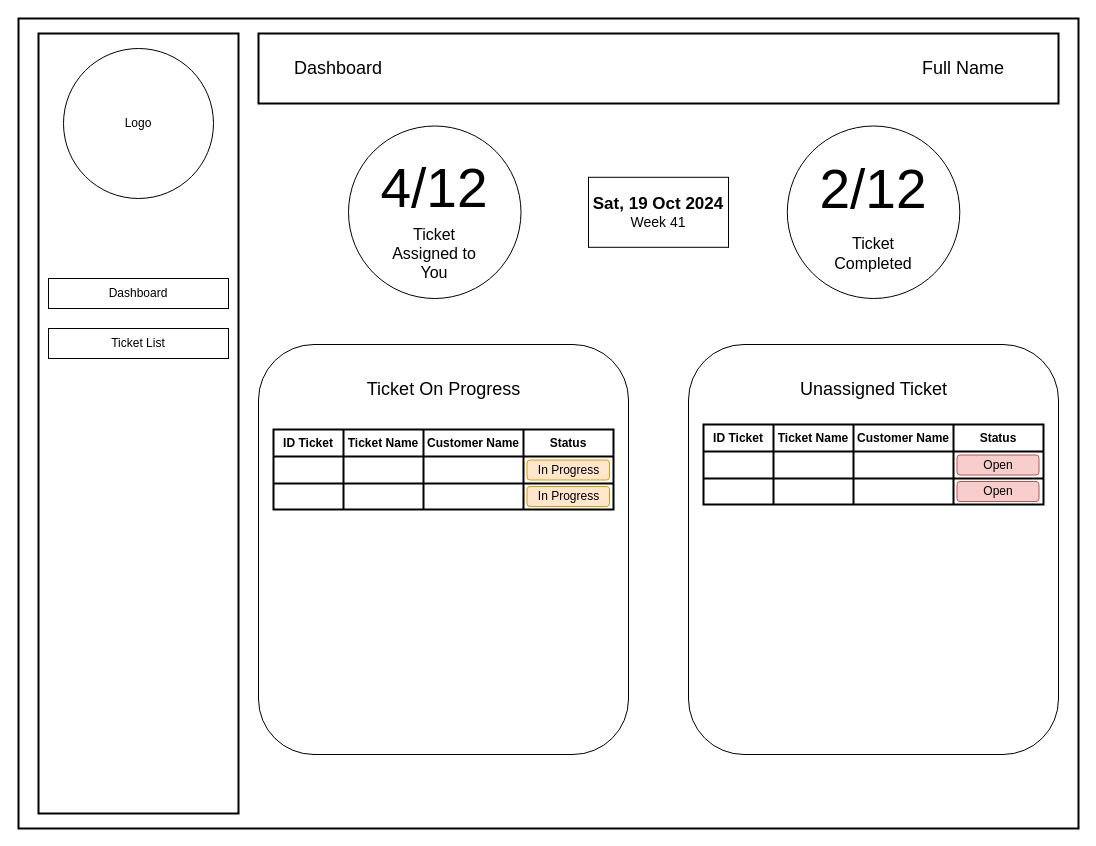
raflialkindhi/graph-save keeps this draw.io diagram as page "Dashboard" (2 of 2) of skripsi-wf4.drawio. Above is the earlier version. Source tidied: cells renumbered, new cells numbered last; positions are measured from the earlier drawing's top-left corner, leaving out a move shared by most shapes. Both pictures are drawn from the tidied source at 100%, with x=0, y=0 at pixel (18, 18).
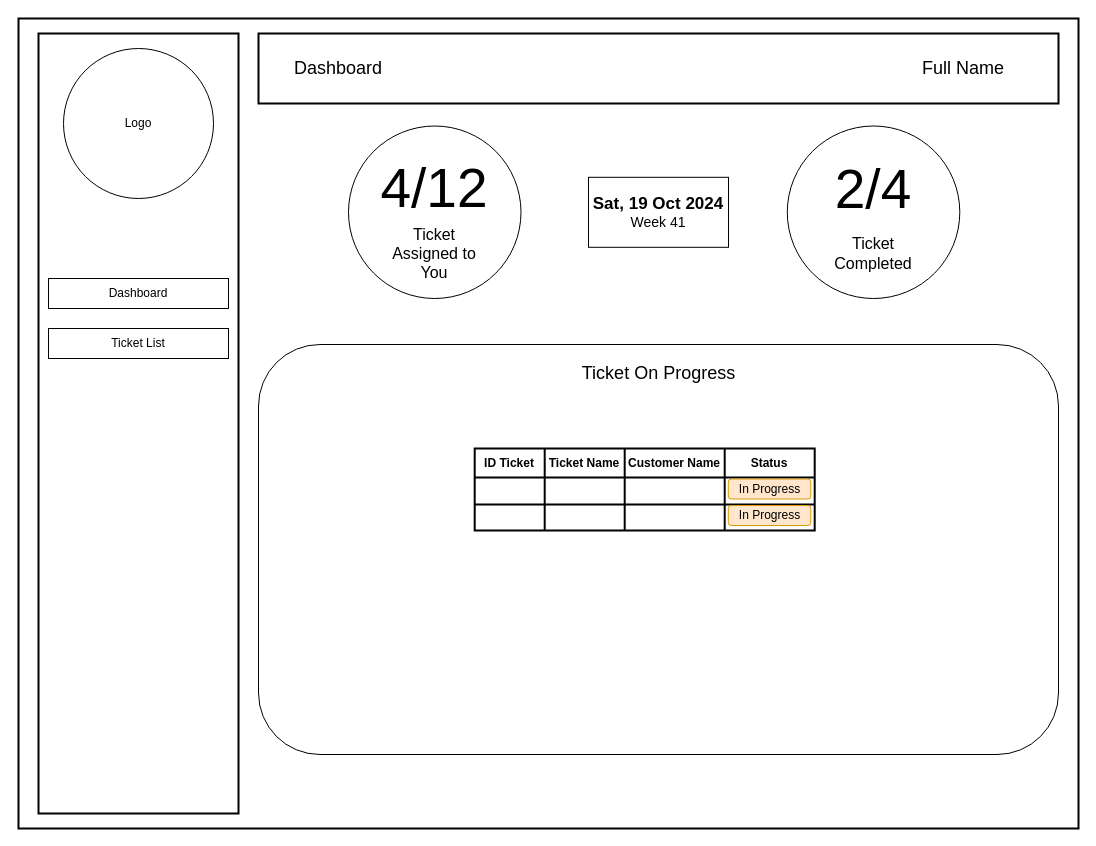
After the change.

Change to the diagram source:
```diff
@@
     <mxCell id="10" style="rounded=1;whiteSpace=wrap;html=1;fillColor=none;" parent="1" vertex="1">
-      <mxGeometry x="240" y="326" width="370" height="410" as="geometry" />
+      <mxGeometry x="240" y="326" width="800" height="410" as="geometry" />
     </mxCell>
-    <mxCell id="11" style="rounded=1;whiteSpace=wrap;html=1;fillColor=none;" parent="1" vertex="1">
-      <mxGeometry x="670" y="326" width="370" height="410" as="geometry" />
-    </mxCell>
     <mxCell id="12" value="&lt;span style=&quot;font-size: 18px;&quot;&gt;Ticket On Progress&lt;/span&gt;" style="text;html=1;strokeColor=none;fillColor=none;align=center;verticalAlign=middle;whiteSpace=wrap;rounded=0;" parent="1" vertex="1">
-      <mxGeometry x="342.5" y="356" width="165" height="30" as="geometry" />
+      <mxGeometry x="557.5" y="340" width="165" height="30" as="geometry" />
     </mxCell>
-    <mxCell id="13" value="&lt;span style=&quot;font-size: 18px;&quot;&gt;Unassigned Ticket&lt;/span&gt;" style="text;html=1;strokeColor=none;fillColor=none;align=center;verticalAlign=middle;whiteSpace=wrap;rounded=0;" parent="1" vertex="1">
-      <mxGeometry x="772.5" y="356" width="165" height="30" as="geometry" />
-    </mxCell>
     <mxCell id="14" style="shape=table;html=1;whiteSpace=wrap;startSize=0;childLayout=tableLayout;strokeWidth=2;" parent="1" vertex="1">
-      <mxGeometry x="255" y="411" width="340" height="80" as="geometry" />
+      <mxGeometry x="456.2" y="430" width="340" height="82" as="geometry" />
     </mxCell>
     <mxCell id="15" style="shape=tableRow;horizontal=0;startSize=0;swimlaneHead=0;swimlaneBody=0;top=0;left=0;bottom=0;right=0;fillColor=none;" parent="14" vertex="1">
-      <mxGeometry width="340" height="27" as="geometry" />
+      <mxGeometry width="340" height="29" as="geometry" />
     </mxCell>
     <mxCell id="16" value="ID Ticket" style="shape=partialRectangle;html=1;whiteSpace=wrap;fillColor=none;top=0;left=0;bottom=0;right=0;overflow=hidden;fontStyle=1;" parent="15" vertex="1">
-      <mxGeometry width="70" height="27" as="geometry" />
+      <mxGeometry width="70" height="29" as="geometry" />
     </mxCell>
     <mxCell id="17" value="Ticket Name" style="shape=partialRectangle;html=1;whiteSpace=wrap;fillColor=none;top=0;left=0;bottom=0;right=0;overflow=hidden;fontStyle=1;" parent="15" vertex="1">
-      <mxGeometry x="70" width="80" height="27" as="geometry" />
+      <mxGeometry x="70" width="80" height="29" as="geometry" />
     </mxCell>
     <mxCell id="18" value="Customer Name" style="shape=partialRectangle;html=1;whiteSpace=wrap;fillColor=none;top=0;left=0;bottom=0;right=0;overflow=hidden;fontStyle=1;" parent="15" vertex="1">
-      <mxGeometry x="150" width="100" height="27" as="geometry" />
+      <mxGeometry x="150" width="100" height="29" as="geometry" />
     </mxCell>
     <mxCell id="19" value="Status" style="shape=partialRectangle;html=1;whiteSpace=wrap;fillColor=none;top=0;left=0;bottom=0;right=0;overflow=hidden;fontStyle=1;" parent="15" vertex="1">
-      <mxGeometry x="250" width="90" height="27" as="geometry" />
+      <mxGeometry x="250" width="90" height="29" as="geometry" />
     </mxCell>
     <mxCell id="20" style="shape=tableRow;horizontal=0;startSize=0;swimlaneHead=0;swimlaneBody=0;top=0;left=0;bottom=0;right=0;fillColor=none;" parent="14" vertex="1">
-      <mxGeometry y="27" width="340" height="27" as="geometry" />
+      <mxGeometry y="29" width="340" height="27" as="geometry" />
     </mxCell>
@@
     <mxCell id="25" style="shape=tableRow;horizontal=0;startSize=0;swimlaneHead=0;swimlaneBody=0;top=0;left=0;bottom=0;right=0;fillColor=none;" parent="14" vertex="1">
-      <mxGeometry y="54" width="340" height="26" as="geometry" />
+      <mxGeometry y="56" width="340" height="26" as="geometry" />
     </mxCell>
@@
     <mxCell id="30" value="In Progress" style="rounded=1;whiteSpace=wrap;html=1;fillColor=#ffe6cc;strokeColor=#d79b00;" parent="1" vertex="1">
-      <mxGeometry x="508.5" y="441.5" width="82.5" height="20" as="geometry" />
+      <mxGeometry x="709.8" y="460.5" width="82.5" height="20" as="geometry" />
     </mxCell>
     <mxCell id="31" value="In Progress" style="rounded=1;whiteSpace=wrap;html=1;fillColor=#ffe6cc;strokeColor=#d79b00;" parent="1" vertex="1">
-      <mxGeometry x="508.5" y="468" width="82.5" height="20" as="geometry" />
+      <mxGeometry x="709.8" y="487" width="82.5" height="20" as="geometry" />
     </mxCell>
-    <mxCell id="32" style="shape=table;html=1;whiteSpace=wrap;startSize=0;childLayout=tableLayout;strokeWidth=2;" parent="1" vertex="1">
-      <mxGeometry x="685" y="406" width="340" height="80" as="geometry" />
-    </mxCell>
-    <mxCell id="33" style="shape=tableRow;horizontal=0;startSize=0;swimlaneHead=0;swimlaneBody=0;top=0;left=0;bottom=0;right=0;fillColor=none;" parent="32" vertex="1">
-      <mxGeometry width="340" height="27" as="geometry" />
-    </mxCell>
-    <mxCell id="34" value="ID Ticket" style="shape=partialRectangle;html=1;whiteSpace=wrap;fillColor=none;top=0;left=0;bottom=0;right=0;overflow=hidden;fontStyle=1;" parent="33" vertex="1">
-      <mxGeometry width="70" height="27" as="geometry" />
-    </mxCell>
-    <mxCell id="35" value="Ticket Name" style="shape=partialRectangle;html=1;whiteSpace=wrap;fillColor=none;top=0;left=0;bottom=0;right=0;overflow=hidden;fontStyle=1;" parent="33" vertex="1">
-      <mxGeometry x="70" width="80" height="27" as="geometry" />
-    </mxCell>
-    <mxCell id="36" value="Customer Name" style="shape=partialRectangle;html=1;whiteSpace=wrap;fillColor=none;top=0;left=0;bottom=0;right=0;overflow=hidden;fontStyle=1;" parent="33" vertex="1">
-      <mxGeometry x="150" width="100" height="27" as="geometry" />
-    </mxCell>
-    <mxCell id="37" value="Status" style="shape=partialRectangle;html=1;whiteSpace=wrap;fillColor=none;top=0;left=0;bottom=0;right=0;overflow=hidden;fontStyle=1;" parent="33" vertex="1">
-      <mxGeometry x="250" width="90" height="27" as="geometry" />
-    </mxCell>
-    <mxCell id="38" style="shape=tableRow;horizontal=0;startSize=0;swimlaneHead=0;swimlaneBody=0;top=0;left=0;bottom=0;right=0;fillColor=none;" parent="32" vertex="1">
-      <mxGeometry y="27" width="340" height="27" as="geometry" />
-    </mxCell>
-    <mxCell id="39" style="shape=partialRectangle;html=1;whiteSpace=wrap;fillColor=none;top=0;left=0;bottom=0;right=0;overflow=hidden;" parent="38" vertex="1">
-      <mxGeometry width="70" height="27" as="geometry" />
-    </mxCell>
-    <mxCell id="40" style="shape=partialRectangle;html=1;whiteSpace=wrap;fillColor=none;top=0;left=0;bottom=0;right=0;overflow=hidden;" parent="38" vertex="1">
-      <mxGeometry x="70" width="80" height="27" as="geometry" />
-    </mxCell>
-    <mxCell id="41" style="shape=partialRectangle;html=1;whiteSpace=wrap;fillColor=none;top=0;left=0;bottom=0;right=0;overflow=hidden;" parent="38" vertex="1">
-      <mxGeometry x="150" width="100" height="27" as="geometry" />
-    </mxCell>
-    <mxCell id="42" style="shape=partialRectangle;html=1;whiteSpace=wrap;fillColor=none;top=0;left=0;bottom=0;right=0;overflow=hidden;" parent="38" vertex="1">
-      <mxGeometry x="250" width="90" height="27" as="geometry" />
-    </mxCell>
-    <mxCell id="43" style="shape=tableRow;horizontal=0;startSize=0;swimlaneHead=0;swimlaneBody=0;top=0;left=0;bottom=0;right=0;fillColor=none;" parent="32" vertex="1">
-      <mxGeometry y="54" width="340" height="26" as="geometry" />
-    </mxCell>
-    <mxCell id="44" style="shape=partialRectangle;html=1;whiteSpace=wrap;fillColor=none;top=0;left=0;bottom=0;right=0;overflow=hidden;" parent="43" vertex="1">
-      <mxGeometry width="70" height="26" as="geometry" />
-    </mxCell>
-    <mxCell id="45" style="shape=partialRectangle;html=1;whiteSpace=wrap;fillColor=none;top=0;left=0;bottom=0;right=0;overflow=hidden;" parent="43" vertex="1">
-      <mxGeometry x="70" width="80" height="26" as="geometry" />
-    </mxCell>
-    <mxCell id="46" style="shape=partialRectangle;html=1;whiteSpace=wrap;fillColor=none;top=0;left=0;bottom=0;right=0;overflow=hidden;" parent="43" vertex="1">
-      <mxGeometry x="150" width="100" height="26" as="geometry" />
-    </mxCell>
-    <mxCell id="47" style="shape=partialRectangle;html=1;whiteSpace=wrap;fillColor=none;top=0;left=0;bottom=0;right=0;overflow=hidden;" parent="43" vertex="1">
-      <mxGeometry x="250" width="90" height="26" as="geometry" />
-    </mxCell>
-    <mxCell id="48" value="Open" style="rounded=1;whiteSpace=wrap;html=1;fillColor=#f8cecc;strokeColor=#b85450;" parent="1" vertex="1">
-      <mxGeometry x="938.5" y="436.5" width="82" height="20" as="geometry" />
-    </mxCell>
-    <mxCell id="49" value="Open" style="rounded=1;whiteSpace=wrap;html=1;fillColor=#f8cecc;strokeColor=#b85450;" parent="1" vertex="1">
-      <mxGeometry x="938.5" y="463" width="82" height="20" as="geometry" />
-    </mxCell>
@@
-    <mxCell id="52" value="&lt;font style=&quot;font-size: 55px;&quot;&gt;&lt;font style=&quot;font-size: 55px;&quot;&gt;2/&lt;/font&gt;&lt;font style=&quot;font-size: 55px;&quot;&gt;12&lt;/font&gt;&lt;/font&gt;" style="text;html=1;align=center;verticalAlign=middle;whiteSpace=wrap;rounded=0;" parent="1" vertex="1">
+    <mxCell id="52" value="&lt;font style=&quot;font-size: 55px;&quot;&gt;&lt;font style=&quot;font-size: 55px;&quot;&gt;2/&lt;/font&gt;&lt;font style=&quot;font-size: 55px;&quot;&gt;4&lt;/font&gt;&lt;/font&gt;" style="text;html=1;align=center;verticalAlign=middle;whiteSpace=wrap;rounded=0;" parent="1" vertex="1">
       <mxGeometry x="815" y="140" width="80" height="60" as="geometry" />
     </mxCell>
```
